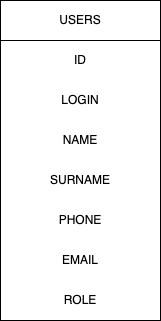
Earlier version of the draw.io export avito-crm.drawio.png (sasha-kolosov/avito-crm). Source tidied: cells renumbered, new cells last; positions are measured from the earlier drawing's top-left corner, leaving out a move shared by most shapes.
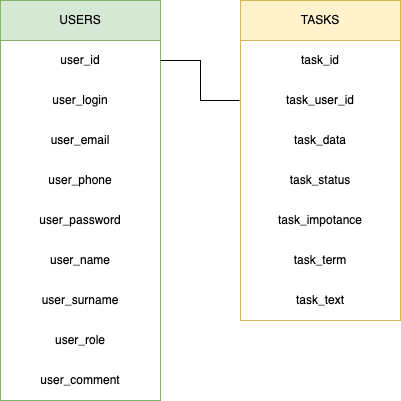
After the commit.

The edit, as a diff of the source:
```diff
@@ -2,29 +2,67 @@
   <root>
     <mxCell id="0" />
     <mxCell id="1" parent="0" />
-    <mxCell id="2" value="USERS" style="swimlane;fontStyle=0;horizontal=1;startSize=40;whiteSpace=wrap;html=1;strokeColor=default;" parent="1" vertex="1">
-      <mxGeometry width="160" height="320" as="geometry" />
+    <mxCell id="2" value="USERS" style="swimlane;fontStyle=0;horizontal=1;startSize=40;whiteSpace=wrap;html=1;strokeColor=#82b366;fillColor=#d5e8d4;" parent="1" vertex="1">
+      <mxGeometry width="160" height="400" as="geometry" />
     </mxCell>
-    <mxCell id="3" value="ID" style="text;align=center;verticalAlign=middle;spacingLeft=4;spacingRight=4;overflow=hidden;points=[[0,0.5],[1,0.5]];portConstraint=eastwest;whiteSpace=wrap;html=1;labelBorderColor=none;fontSize=12;strokeWidth=17;" parent="2" vertex="1">
+    <mxCell id="3" value="user_id" style="text;align=center;verticalAlign=middle;spacingLeft=4;spacingRight=4;overflow=hidden;points=[[0,0.5],[1,0.5]];portConstraint=eastwest;whiteSpace=wrap;html=1;labelBorderColor=none;fontSize=12;strokeWidth=1;strokeColor=none;" parent="2" vertex="1">
       <mxGeometry y="40" width="160" height="40" as="geometry" />
     </mxCell>
-    <mxCell id="4" value="LOGIN" style="text;strokeColor=none;fillColor=none;align=center;verticalAlign=middle;spacingLeft=4;spacingRight=4;overflow=hidden;whiteSpace=wrap;html=1;" parent="2" vertex="1">
+    <mxCell id="4" value="user_login" style="text;strokeColor=none;fillColor=none;align=center;verticalAlign=middle;spacingLeft=4;spacingRight=4;overflow=hidden;whiteSpace=wrap;html=1;" parent="2" vertex="1">
       <mxGeometry y="80" width="160" height="40" as="geometry" />
     </mxCell>
-    <mxCell id="5" value="NAME" style="text;strokeColor=none;fillColor=none;align=center;verticalAlign=middle;spacingLeft=4;spacingRight=4;overflow=hidden;whiteSpace=wrap;html=1;" parent="2" vertex="1">
+    <mxCell id="5" value="user_email" style="text;strokeColor=none;fillColor=none;align=center;verticalAlign=middle;spacingLeft=4;spacingRight=4;overflow=hidden;whiteSpace=wrap;html=1;" parent="2" vertex="1">
       <mxGeometry y="120" width="160" height="40" as="geometry" />
     </mxCell>
-    <mxCell id="6" value="SURNAME" style="text;strokeColor=none;fillColor=none;align=center;verticalAlign=middle;spacingLeft=4;spacingRight=4;overflow=hidden;whiteSpace=wrap;html=1;" parent="2" vertex="1">
+    <mxCell id="6" value="user_phone" style="text;strokeColor=none;fillColor=none;align=center;verticalAlign=middle;spacingLeft=4;spacingRight=4;overflow=hidden;whiteSpace=wrap;html=1;" parent="2" vertex="1">
       <mxGeometry y="160" width="160" height="40" as="geometry" />
     </mxCell>
-    <mxCell id="7" value="PHONE" style="text;strokeColor=none;fillColor=none;align=center;verticalAlign=middle;spacingLeft=4;spacingRight=4;overflow=hidden;whiteSpace=wrap;html=1;" parent="2" vertex="1">
+    <mxCell id="7" value="user_password" style="text;strokeColor=none;fillColor=none;align=center;verticalAlign=middle;spacingLeft=4;spacingRight=4;overflow=hidden;whiteSpace=wrap;html=1;" parent="2" vertex="1">
       <mxGeometry y="200" width="160" height="40" as="geometry" />
     </mxCell>
-    <mxCell id="8" value="EMAIL" style="text;strokeColor=none;fillColor=none;align=center;verticalAlign=middle;spacingLeft=4;spacingRight=4;overflow=hidden;whiteSpace=wrap;html=1;" parent="2" vertex="1">
+    <mxCell id="8" value="user_name" style="text;strokeColor=none;fillColor=none;align=center;verticalAlign=middle;spacingLeft=4;spacingRight=4;overflow=hidden;whiteSpace=wrap;html=1;" parent="2" vertex="1">
       <mxGeometry y="240" width="160" height="40" as="geometry" />
     </mxCell>
-    <mxCell id="9" value="ROLE" style="text;strokeColor=none;fillColor=none;align=center;verticalAlign=middle;spacingLeft=4;spacingRight=4;overflow=hidden;whiteSpace=wrap;html=1;shadow=0;" parent="2" vertex="1">
+    <mxCell id="9" value="user_surname" style="text;strokeColor=none;fillColor=none;align=center;verticalAlign=middle;spacingLeft=4;spacingRight=4;overflow=hidden;whiteSpace=wrap;html=1;shadow=0;" parent="2" vertex="1">
       <mxGeometry y="280" width="160" height="40" as="geometry" />
     </mxCell>
+    <mxCell id="10" value="user_role" style="text;strokeColor=none;fillColor=none;align=center;verticalAlign=middle;spacingLeft=4;spacingRight=4;overflow=hidden;whiteSpace=wrap;html=1;shadow=0;" parent="2" vertex="1">
+      <mxGeometry y="320" width="160" height="40" as="geometry" />
+    </mxCell>
+    <mxCell id="11" value="user_comment" style="text;strokeColor=none;fillColor=none;align=center;verticalAlign=middle;spacingLeft=4;spacingRight=4;overflow=hidden;whiteSpace=wrap;html=1;shadow=0;" parent="2" vertex="1">
+      <mxGeometry y="360" width="160" height="40" as="geometry" />
+    </mxCell>
+    <mxCell id="12" value="TASKS" style="swimlane;fontStyle=0;horizontal=1;startSize=40;whiteSpace=wrap;html=1;strokeColor=#d6b656;fillColor=#fff2cc;" parent="1" vertex="1">
+      <mxGeometry x="240" width="160" height="320" as="geometry" />
+    </mxCell>
+    <mxCell id="13" value="task_id" style="text;align=center;verticalAlign=middle;spacingLeft=4;spacingRight=4;overflow=hidden;whiteSpace=wrap;html=1;labelBorderColor=none;fontSize=12;strokeWidth=17;" parent="12" vertex="1">
+      <mxGeometry y="40" width="160" height="40" as="geometry" />
+    </mxCell>
+    <mxCell id="14" value="task_user_id" style="text;align=center;verticalAlign=middle;spacingLeft=4;spacingRight=4;overflow=hidden;points=[[0,0.5],[1,0.5]];portConstraint=eastwest;whiteSpace=wrap;html=1;labelBorderColor=none;fontSize=12;strokeWidth=1;strokeColor=none;perimeterSpacing=1;shadow=0;glass=0;rounded=0;fillColor=none;gradientColor=none;" parent="12" vertex="1">
+      <mxGeometry y="80" width="160" height="40" as="geometry" />
+    </mxCell>
+    <mxCell id="15" value="task_data" style="text;strokeColor=none;fillColor=none;align=center;verticalAlign=middle;spacingLeft=4;spacingRight=4;overflow=hidden;whiteSpace=wrap;html=1;" parent="12" vertex="1">
+      <mxGeometry y="120" width="160" height="40" as="geometry" />
+    </mxCell>
+    <mxCell id="16" value="task_status" style="text;strokeColor=none;fillColor=none;align=center;verticalAlign=middle;spacingLeft=4;spacingRight=4;overflow=hidden;whiteSpace=wrap;html=1;" parent="12" vertex="1">
+      <mxGeometry y="160" width="160" height="40" as="geometry" />
+    </mxCell>
+    <mxCell id="17" value="task_impotance" style="text;strokeColor=none;fillColor=none;align=center;verticalAlign=middle;spacingLeft=4;spacingRight=4;overflow=hidden;whiteSpace=wrap;html=1;" parent="12" vertex="1">
+      <mxGeometry y="200" width="160" height="40" as="geometry" />
+    </mxCell>
+    <mxCell id="18" value="task_term" style="text;strokeColor=none;fillColor=none;align=center;verticalAlign=middle;spacingLeft=4;spacingRight=4;overflow=hidden;whiteSpace=wrap;html=1;" parent="12" vertex="1">
+      <mxGeometry y="240" width="160" height="40" as="geometry" />
+    </mxCell>
+    <mxCell id="19" value="task_text" style="text;strokeColor=none;fillColor=none;align=center;verticalAlign=middle;spacingLeft=4;spacingRight=4;overflow=hidden;whiteSpace=wrap;html=1;" parent="12" vertex="1">
+      <mxGeometry y="280" width="160" height="40" as="geometry" />
+    </mxCell>
+    <mxCell id="20" style="endArrow=none;html=1;rounded=0;exitX=1;exitY=0.5;exitDx=0;exitDy=0;entryX=0;entryY=0.5;entryDx=0;entryDy=0;" parent="1" edge="1" source="3" target="14">
+      <mxGeometry relative="1" as="geometry">
+        <Array as="points">
+          <mxPoint x="200" y="60" />
+          <mxPoint x="200" y="100" />
+        </Array>
+      </mxGeometry>
+    </mxCell>
   </root>
 </mxGraphModel>
```
